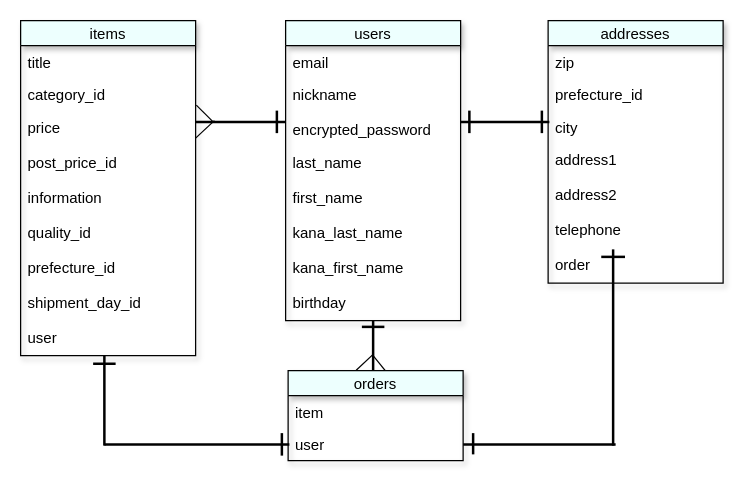
Earlier version of the draw.io diagram db.dio (RogerSi666/furima-38008). Source tidied: cells renumbered, new cells numbered last; positions are measured from the earlier drawing's top-left corner, leaving out a move shared by most shapes. Both pictures are drawn from the tidied source at 125%, with x=0, y=0 at pixel (20, 20).
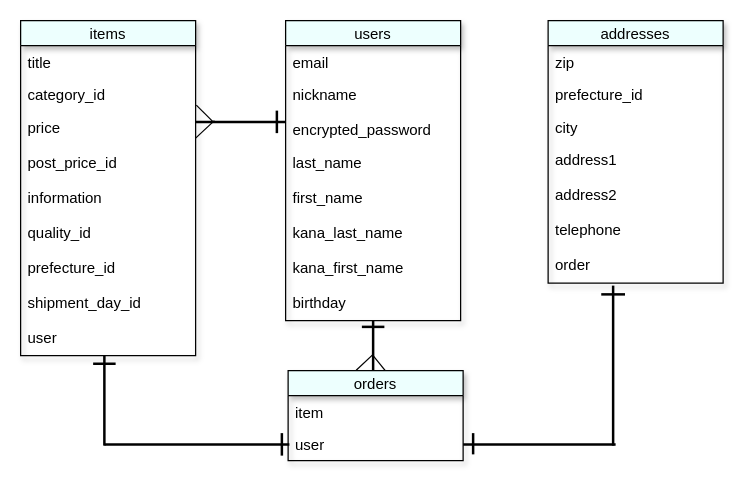
Above is the later version.

The edit, as a diff of the source:
```diff
@@
-    <mxCell id="34" style="line;strokeWidth=2;html=1;" parent="1" vertex="1">
-      <mxGeometry x="352" y="76" width="71" height="10" as="geometry" />
-    </mxCell>
@@
-    <mxCell id="42" style="line;strokeWidth=2;direction=south;html=1;" parent="1" vertex="1">
-      <mxGeometry x="354" y="72" width="10" height="18" as="geometry" />
-    </mxCell>
-    <mxCell id="43" style="line;strokeWidth=2;direction=south;html=1;" parent="1" vertex="1">
-      <mxGeometry x="412" y="72" width="10" height="18" as="geometry" />
-    </mxCell>
@@
     <mxCell id="48" style="line;strokeWidth=2;direction=south;html=1;" parent="1" vertex="1">
-      <mxGeometry x="469" y="183" width="10" height="157" as="geometry" />
+      <mxGeometry x="469" y="212" width="10" height="128" as="geometry" />
     </mxCell>
     <mxCell id="49" style="line;strokeWidth=2;html=1;" parent="1" vertex="1">
-      <mxGeometry x="464.5" y="184" width="19" height="10" as="geometry" />
+      <mxGeometry x="464.5" y="214" width="19" height="10" as="geometry" />
     </mxCell>
```
